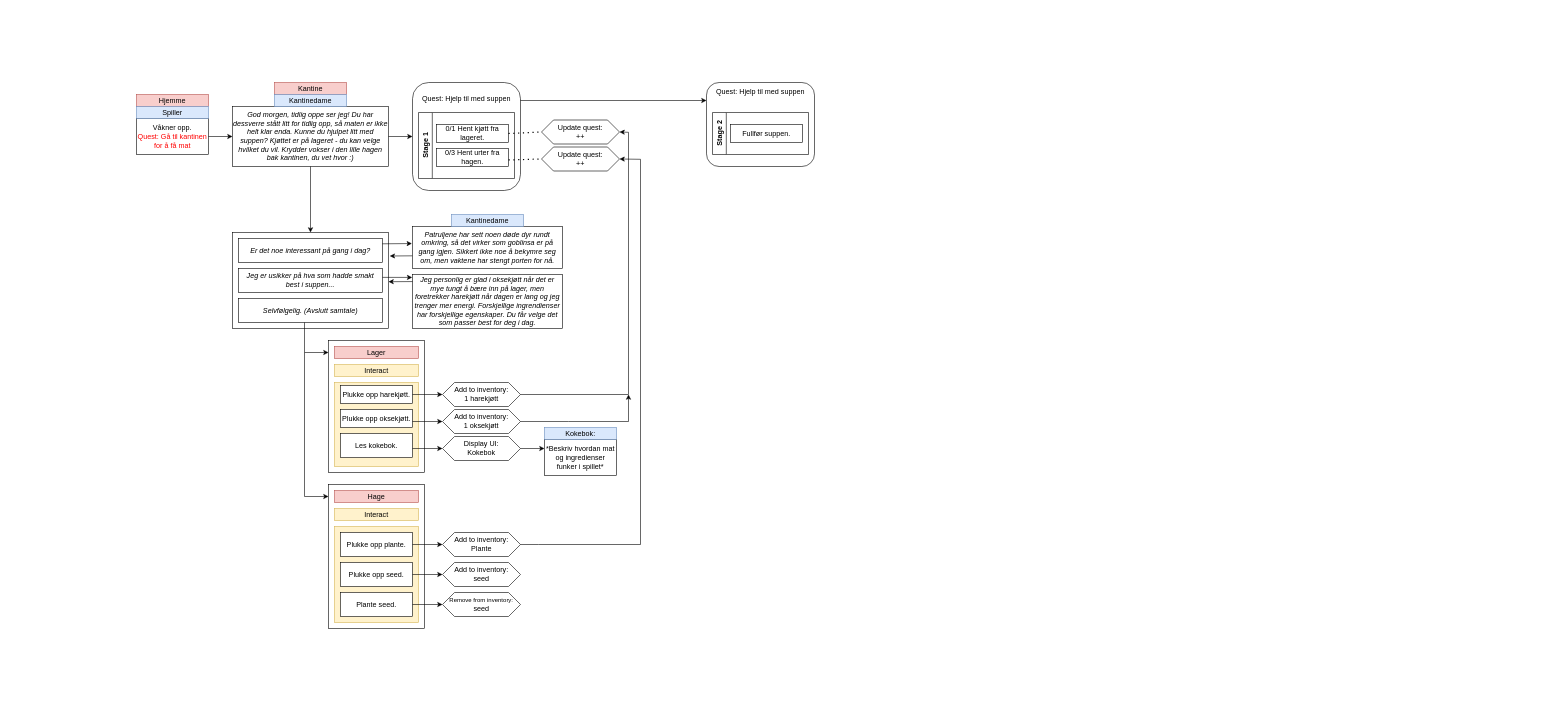
This is Untitled Diagram.drawio from martinka-h/DverglikeQuests, a draw.io file, before an edit. Source tidied: cells renumbered, new cells numbered last; positions are measured from the earlier drawing's top-left corner, leaving out a move shared by most shapes. Both pictures are drawn from the tidied source at 60%, with x=0, y=0 at pixel (136, 82).
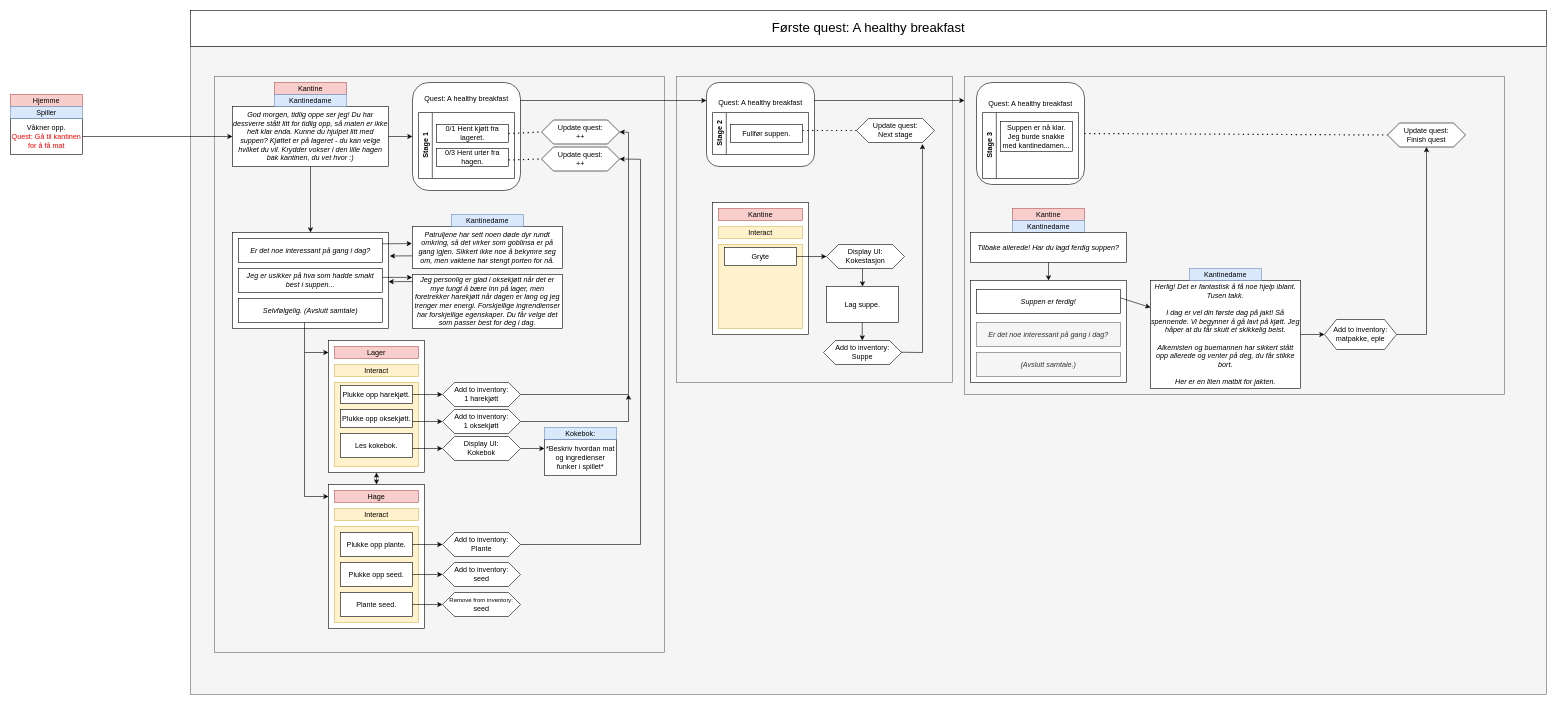
The same diagram, later.

Commit message:
1st Quest: A healthy breakfast (finished)

The change refers to these unchanged cells:
```xml
<mxCell id="19" style="rounded=0;whiteSpace=wrap;html=1;" parent="1" vertex="1">
  <mxGeometry x="320" y="430" width="160" height="220" as="geometry" />
</mxCell>
<mxCell id="42" style="rounded=0;whiteSpace=wrap;html=1;" parent="1" vertex="1">
  <mxGeometry x="320" y="670" width="160" height="240" as="geometry" />
</mxCell>
```

What changed in the source:
```diff
@@
+    <mxCell id="69" style="rounded=0;whiteSpace=wrap;html=1;fillColor=#f5f5f5;fontColor=#333333;strokeColor=#666666;" parent="1" vertex="1">
+      <mxGeometry x="90" y="-60" width="2260" height="1080" as="geometry" />
+    </mxCell>
+    <mxCell id="70" style="rounded=0;whiteSpace=wrap;html=1;fillColor=#f5f5f5;fontColor=#333333;strokeColor=#666666;" parent="1" vertex="1">
+      <mxGeometry x="1380" y="-10" width="900" height="530" as="geometry" />
+    </mxCell>
+    <mxCell id="71" style="rounded=0;whiteSpace=wrap;html=1;fillColor=#f5f5f5;fontColor=#333333;strokeColor=#666666;" parent="1" vertex="1">
+      <mxGeometry x="900" y="-10" width="460" height="510" as="geometry" />
+    </mxCell>
+    <mxCell id="72" style="rounded=0;whiteSpace=wrap;html=1;fillColor=#f5f5f5;fontColor=#333333;strokeColor=#666666;" parent="1" vertex="1">
+      <mxGeometry x="130" y="-10" width="750" height="960" as="geometry" />
+    </mxCell>
     <mxCell id="2" value="Våkner opp.&lt;br&gt;&lt;span style=&quot;color: rgb(255, 0, 0);&quot;&gt;Quest: Gå til kantinen for å få mat&lt;/span&gt;" style="rounded=0;whiteSpace=wrap;html=1;" parent="1" vertex="1">
-      <mxGeometry y="60" width="120" height="60" as="geometry" />
+      <mxGeometry x="-210" y="60" width="120" height="60" as="geometry" />
     </mxCell>
@@
     <mxCell id="5" value="Hjemme" style="rounded=0;whiteSpace=wrap;html=1;fillColor=#f8cecc;strokeColor=#b85450;" parent="1" vertex="1">
-      <mxGeometry y="20" width="120" height="20" as="geometry" />
+      <mxGeometry x="-210" y="20" width="120" height="20" as="geometry" />
     </mxCell>
@@
     <mxCell id="10" value="Spiller" style="rounded=0;whiteSpace=wrap;html=1;fillColor=#dae8fc;strokeColor=#6c8ebf;" parent="1" vertex="1">
-      <mxGeometry y="40" width="120" height="20" as="geometry" />
+      <mxGeometry x="-210" y="40" width="120" height="20" as="geometry" />
     </mxCell>
@@
-    <mxCell id="12" value="&lt;div style=&quot;line-height: 130%;&quot;&gt;Quest: Hjelp til med suppen&lt;br&gt;&lt;br&gt;&lt;br&gt;&lt;br&gt;&lt;br&gt;&lt;br&gt;&lt;div&gt;&lt;br&gt;&lt;/div&gt;&lt;div&gt;&lt;br&gt;&lt;/div&gt;&lt;div&gt;&lt;br&gt;&lt;/div&gt;&lt;/div&gt;" style="rounded=1;whiteSpace=wrap;html=1;" parent="1" vertex="1">
+    <mxCell id="12" value="&lt;div style=&quot;line-height: 130%;&quot;&gt;Quest: A healthy breakfast&lt;br&gt;&lt;br&gt;&lt;br&gt;&lt;br&gt;&lt;br&gt;&lt;br&gt;&lt;div&gt;&lt;br&gt;&lt;/div&gt;&lt;div&gt;&lt;br&gt;&lt;/div&gt;&lt;div&gt;&lt;br&gt;&lt;/div&gt;&lt;/div&gt;" style="rounded=1;whiteSpace=wrap;html=1;" parent="1" vertex="1">
       <mxGeometry x="460" width="180" height="180" as="geometry" />
     </mxCell>
@@
-    <mxCell id="66" value="&lt;div style=&quot;line-height: 130%;&quot;&gt;Quest: Hjelp til med suppen&lt;br&gt;&lt;br&gt;&lt;br&gt;&lt;br&gt;&lt;br&gt;&lt;div&gt;&lt;br&gt;&lt;/div&gt;&lt;div&gt;&lt;br&gt;&lt;/div&gt;&lt;div&gt;&lt;br&gt;&lt;/div&gt;&lt;/div&gt;" style="rounded=1;whiteSpace=wrap;html=1;" parent="1" vertex="1">
+    <mxCell id="66" value="Quest: A healthy breakfast&lt;br&gt;&lt;br&gt;&lt;br&gt;&lt;br&gt;&lt;br&gt;&lt;div&gt;&lt;br/&gt;&lt;/div&gt;" style="rounded=1;whiteSpace=wrap;html=1;" parent="1" vertex="1">
       <mxGeometry x="950" width="180" height="140" as="geometry" />
     </mxCell>
@@
+    <mxCell id="73" style="endArrow=classic;startArrow=classic;html=1;rounded=0;exitX=0.5;exitY=0;exitDx=0;exitDy=0;entryX=0.5;entryY=1;entryDx=0;entryDy=0;" parent="1" edge="1" source="42" target="19">
+      <mxGeometry relative="1" as="geometry" />
+    </mxCell>
+    <mxCell id="74" style="rounded=0;whiteSpace=wrap;html=1;" parent="1" vertex="1">
+      <mxGeometry x="960" y="200" width="160" height="220" as="geometry" />
+    </mxCell>
+    <mxCell id="75" value="Kantine" style="rounded=0;whiteSpace=wrap;html=1;fillColor=#f8cecc;strokeColor=#b85450;" parent="1" vertex="1">
+      <mxGeometry x="970" y="210" width="140" height="20" as="geometry" />
+    </mxCell>
+    <mxCell id="76" value="Interact" style="rounded=0;whiteSpace=wrap;html=1;fillColor=#fff2cc;strokeColor=#d6b656;" parent="1" vertex="1">
+      <mxGeometry x="970" y="240" width="140" height="20" as="geometry" />
+    </mxCell>
+    <mxCell id="77" style="rounded=0;whiteSpace=wrap;html=1;fillColor=#fff2cc;strokeColor=#d6b656;" parent="1" vertex="1">
+      <mxGeometry x="970" y="270" width="140" height="140" as="geometry" />
+    </mxCell>
+    <mxCell id="78" value="Gryte" style="rounded=0;whiteSpace=wrap;html=1;" parent="1" vertex="1">
+      <mxGeometry x="980" y="275" width="120" height="30" as="geometry" />
+    </mxCell>
+    <mxCell id="79" style="endArrow=classic;html=1;rounded=0;entryX=0;entryY=0.5;entryDx=0;entryDy=0;exitX=1;exitY=0.5;exitDx=0;exitDy=0;" parent="1" edge="1" target="80">
+      <mxGeometry relative="1" as="geometry">
+        <mxPoint x="1100" y="290" as="sourcePoint" />
+      </mxGeometry>
+    </mxCell>
+    <mxCell id="80" value="&lt;div&gt;Display UI:&lt;/div&gt;&lt;div&gt;Kokestasjon&lt;/div&gt;" style="shape=hexagon;perimeter=hexagonPerimeter2;whiteSpace=wrap;html=1;fixedSize=1;" parent="1" vertex="1">
+      <mxGeometry x="1150" y="270" width="130" height="40" as="geometry" />
+    </mxCell>
+    <mxCell id="81" style="endArrow=classic;html=1;rounded=0;" parent="1" edge="1">
+      <mxGeometry relative="1" as="geometry">
+        <mxPoint x="1210" y="310" as="sourcePoint" />
+        <mxPoint x="1210" y="340" as="targetPoint" />
+      </mxGeometry>
+    </mxCell>
+    <mxCell id="82" value="Lag suppe." style="rounded=0;whiteSpace=wrap;html=1;" parent="1" vertex="1">
+      <mxGeometry x="1150" y="340" width="120" height="60" as="geometry" />
+    </mxCell>
+    <mxCell id="83" value="&lt;div&gt;Update quest:&lt;/div&gt;&lt;div&gt;Next stage&lt;/div&gt;" style="shape=hexagon;perimeter=hexagonPerimeter2;whiteSpace=wrap;html=1;fixedSize=1;" parent="1" vertex="1">
+      <mxGeometry x="1200" y="60" width="130" height="40" as="geometry" />
+    </mxCell>
+    <mxCell id="84" style="endArrow=classic;html=1;rounded=0;entryX=0.846;entryY=1.063;entryDx=0;entryDy=0;entryPerimeter=0;exitX=0.981;exitY=0.489;exitDx=0;exitDy=0;exitPerimeter=0;" parent="1" edge="1" source="86" target="83">
+      <mxGeometry relative="1" as="geometry">
+        <Array as="points">
+          <mxPoint x="1310" y="450" />
+          <mxPoint x="1310" y="370" />
+        </Array>
+      </mxGeometry>
+    </mxCell>
+    <mxCell id="85" style="endArrow=none;dashed=1;html=1;dashPattern=1 3;strokeWidth=2;rounded=0;" parent="1" edge="1">
+      <mxGeometry relative="1" as="geometry">
+        <mxPoint x="1110" y="80" as="sourcePoint" />
+        <mxPoint x="1200" y="80" as="targetPoint" />
+      </mxGeometry>
+    </mxCell>
+    <mxCell id="86" value="&lt;div&gt;Add to inventory:&lt;/div&gt;&lt;div&gt;Suppe&lt;/div&gt;" style="shape=hexagon;perimeter=hexagonPerimeter2;whiteSpace=wrap;html=1;fixedSize=1;" parent="1" vertex="1">
+      <mxGeometry x="1145" y="430" width="130" height="40" as="geometry" />
+    </mxCell>
+    <mxCell id="87" style="endArrow=classic;html=1;rounded=0;" parent="1" edge="1">
+      <mxGeometry relative="1" as="geometry">
+        <mxPoint x="1209.6" y="400" as="sourcePoint" />
+        <mxPoint x="1209.6" y="430" as="targetPoint" />
+      </mxGeometry>
+    </mxCell>
+    <mxCell id="88" style="endArrow=classic;html=1;rounded=0;" parent="1" edge="1">
+      <mxGeometry relative="1" as="geometry">
+        <mxPoint x="1130" y="30" as="sourcePoint" />
+        <mxPoint x="1380" y="30" as="targetPoint" />
+      </mxGeometry>
+    </mxCell>
+    <mxCell id="89" value="Quest: A healthy breakfast&lt;br&gt;&lt;br&gt;&lt;br&gt;&lt;br&gt;&lt;br&gt;&lt;br&gt;&lt;br&gt;&lt;div&gt;&lt;br/&gt;&lt;/div&gt;" style="rounded=1;whiteSpace=wrap;html=1;" parent="1" vertex="1">
+      <mxGeometry x="1400" width="180" height="170" as="geometry" />
+    </mxCell>
+    <mxCell id="90" value="Stage 3" style="swimlane;horizontal=0;whiteSpace=wrap;html=1;" parent="1" vertex="1">
+      <mxGeometry x="1410" y="50" width="160" height="110" as="geometry" />
+    </mxCell>
+    <mxCell id="91" value="Suppen er nå klar. Jeg burde snakke med kantinedamen... " style="rounded=0;whiteSpace=wrap;html=1;" parent="90" vertex="1">
+      <mxGeometry x="30" y="15" width="120" height="50" as="geometry" />
+    </mxCell>
+    <mxCell id="92" value="Kantine" style="rounded=0;whiteSpace=wrap;html=1;fillColor=#f8cecc;strokeColor=#b85450;" parent="1" vertex="1">
+      <mxGeometry x="1460" y="210" width="120" height="20" as="geometry" />
+    </mxCell>
+    <mxCell id="93" value="Kantinedame" style="rounded=0;whiteSpace=wrap;html=1;fillColor=#dae8fc;strokeColor=#6c8ebf;" parent="1" vertex="1">
+      <mxGeometry x="1460" y="230" width="120" height="20" as="geometry" />
+    </mxCell>
+    <mxCell id="94" value="&lt;i&gt;Tilbake allerede! Har du lagd ferdig suppen?&lt;/i&gt;" style="rounded=0;whiteSpace=wrap;html=1;" parent="1" vertex="1">
+      <mxGeometry x="1390" y="250" width="260" height="50" as="geometry" />
+    </mxCell>
+    <mxCell id="95" style="rounded=0;whiteSpace=wrap;html=1;" parent="1" vertex="1">
+      <mxGeometry x="1390" y="330" width="260" height="170" as="geometry" />
+    </mxCell>
+    <mxCell id="96" value="&lt;i&gt;Er det noe interessant på gang i dag?&lt;/i&gt;" style="rounded=0;whiteSpace=wrap;html=1;fillColor=#f5f5f5;fontColor=#333333;strokeColor=#666666;" parent="1" vertex="1">
+      <mxGeometry x="1400" y="400" width="240" height="40" as="geometry" />
+    </mxCell>
+    <mxCell id="97" style="endArrow=classic;html=1;rounded=0;entryX=0.5;entryY=0;entryDx=0;entryDy=0;" parent="1" edge="1" target="95">
+      <mxGeometry relative="1" as="geometry">
+        <mxPoint x="1520" y="300" as="sourcePoint" />
+      </mxGeometry>
+    </mxCell>
+    <mxCell id="98" value="&lt;i&gt;Suppen er ferdig!&lt;/i&gt;" style="rounded=0;whiteSpace=wrap;html=1;" parent="1" vertex="1">
+      <mxGeometry x="1400" y="345" width="240" height="40" as="geometry" />
+    </mxCell>
+    <mxCell id="99" style="endArrow=classic;html=1;rounded=0;exitX=0.999;exitY=0.221;exitDx=0;exitDy=0;entryX=0;entryY=0.25;entryDx=0;entryDy=0;exitPerimeter=0;" parent="1" edge="1" target="100">
+      <mxGeometry relative="1" as="geometry">
+        <mxPoint x="1640" y="359" as="sourcePoint" />
+      </mxGeometry>
+    </mxCell>
+    <mxCell id="100" value="&lt;i&gt;Herlig! Det er fantastisk å få noe hjelp iblant. Tusen takk.&lt;br&gt;&lt;br&gt;I dag er vel din første dag på jakt! Så spennende. Vi begynner å gå lavt på kjøtt. Jeg håper at du får skutt et skikkelig beist.&lt;br&gt;&lt;br&gt;Alkemisten og buemannen har sikkert stått opp allerede og venter på deg, du får stikke bort.&lt;br&gt;&lt;br&gt;Her er en liten matbit for jakten.&lt;/i&gt;" style="rounded=0;whiteSpace=wrap;html=1;" parent="1" vertex="1">
+      <mxGeometry x="1690" y="330" width="250" height="180" as="geometry" />
+    </mxCell>
+    <mxCell id="101" value="Kantinedame" style="rounded=0;whiteSpace=wrap;html=1;fillColor=#dae8fc;strokeColor=#6c8ebf;" parent="1" vertex="1">
+      <mxGeometry x="1755" y="310" width="120" height="20" as="geometry" />
+    </mxCell>
+    <mxCell id="102" value="&lt;i&gt;(Avslutt samtale.)&lt;/i&gt;" style="rounded=0;whiteSpace=wrap;html=1;fillColor=#f5f5f5;fontColor=#333333;strokeColor=#666666;" parent="1" vertex="1">
+      <mxGeometry x="1400" y="450" width="240" height="40" as="geometry" />
+    </mxCell>
+    <mxCell id="103" style="endArrow=classic;html=1;rounded=0;" parent="1" edge="1">
+      <mxGeometry relative="1" as="geometry">
+        <mxPoint x="1940" y="420" as="sourcePoint" />
+        <mxPoint x="1980" y="420" as="targetPoint" />
+      </mxGeometry>
+    </mxCell>
+    <mxCell id="104" value="&lt;div&gt;Add to inventory:&lt;/div&gt;&lt;div&gt;matpakke, eple&lt;/div&gt;" style="shape=hexagon;perimeter=hexagonPerimeter2;whiteSpace=wrap;html=1;fixedSize=1;" parent="1" vertex="1">
+      <mxGeometry x="1980" y="395" width="120" height="50" as="geometry" />
+    </mxCell>
+    <mxCell id="105" value="&lt;div&gt;Update quest:&lt;/div&gt;&lt;div&gt;Finish quest&lt;/div&gt;" style="shape=hexagon;perimeter=hexagonPerimeter2;whiteSpace=wrap;html=1;fixedSize=1;" parent="1" vertex="1">
+      <mxGeometry x="2085" y="67.5" width="130" height="40" as="geometry" />
+    </mxCell>
+    <mxCell id="106" style="endArrow=classic;html=1;rounded=0;entryX=0.5;entryY=1;entryDx=0;entryDy=0;" parent="1" edge="1" target="105">
+      <mxGeometry relative="1" as="geometry">
+        <mxPoint x="2100" y="420" as="sourcePoint" />
+        <Array as="points">
+          <mxPoint x="2150" y="420" />
+        </Array>
+      </mxGeometry>
+    </mxCell>
+    <mxCell id="107" style="endArrow=none;dashed=1;html=1;dashPattern=1 3;strokeWidth=2;rounded=0;entryX=0;entryY=0.5;entryDx=0;entryDy=0;exitX=1;exitY=0.5;exitDx=0;exitDy=0;" parent="1" edge="1" source="89" target="105">
+      <mxGeometry relative="1" as="geometry" />
+    </mxCell>
+    <mxCell id="108" value="Første quest: A healthy breakfast" style="rounded=0;whiteSpace=wrap;html=1;fontSize=22;" parent="1" vertex="1">
+      <mxGeometry x="90" y="-120" width="2260" height="60" as="geometry" />
+    </mxCell>
```
